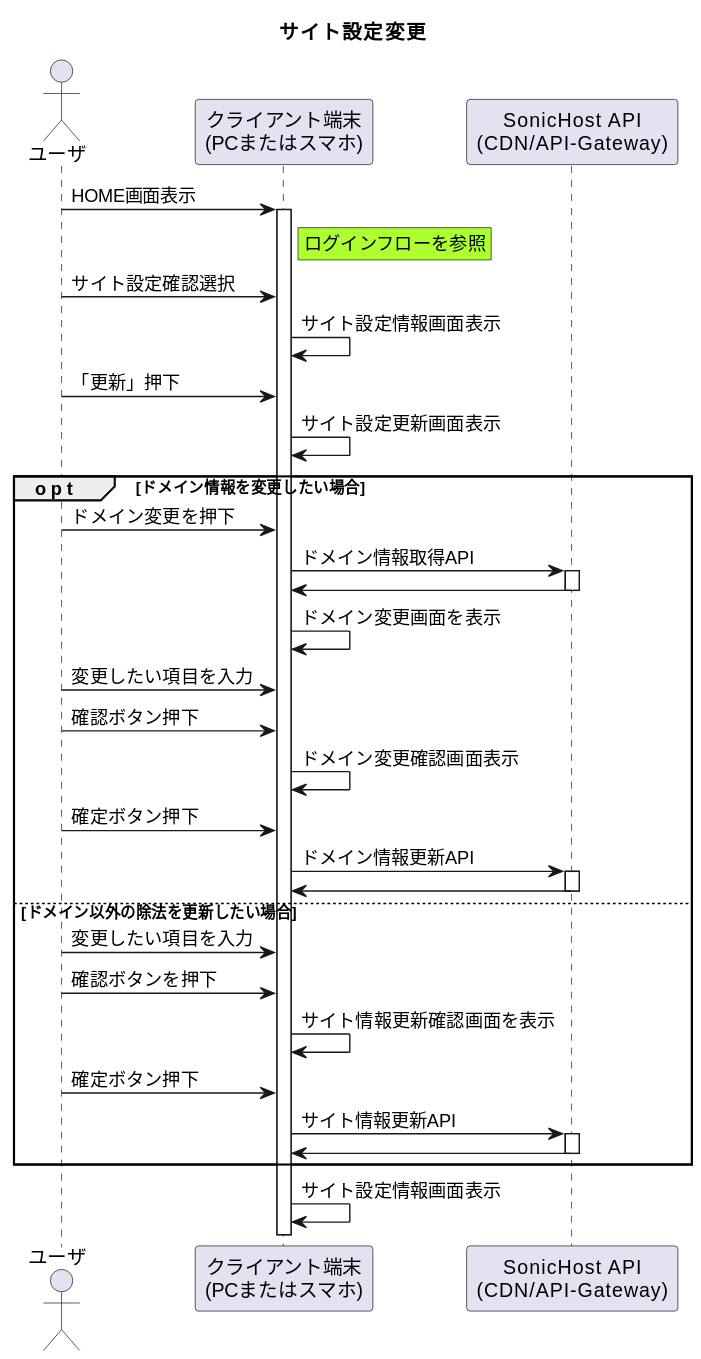
Before: 01_Sequences/03_SiteRegistration/02_changeSiteSetting/changeSiteSettingFlow.svg, a diagram exported from PlantUML (Sonic-Host/documents).
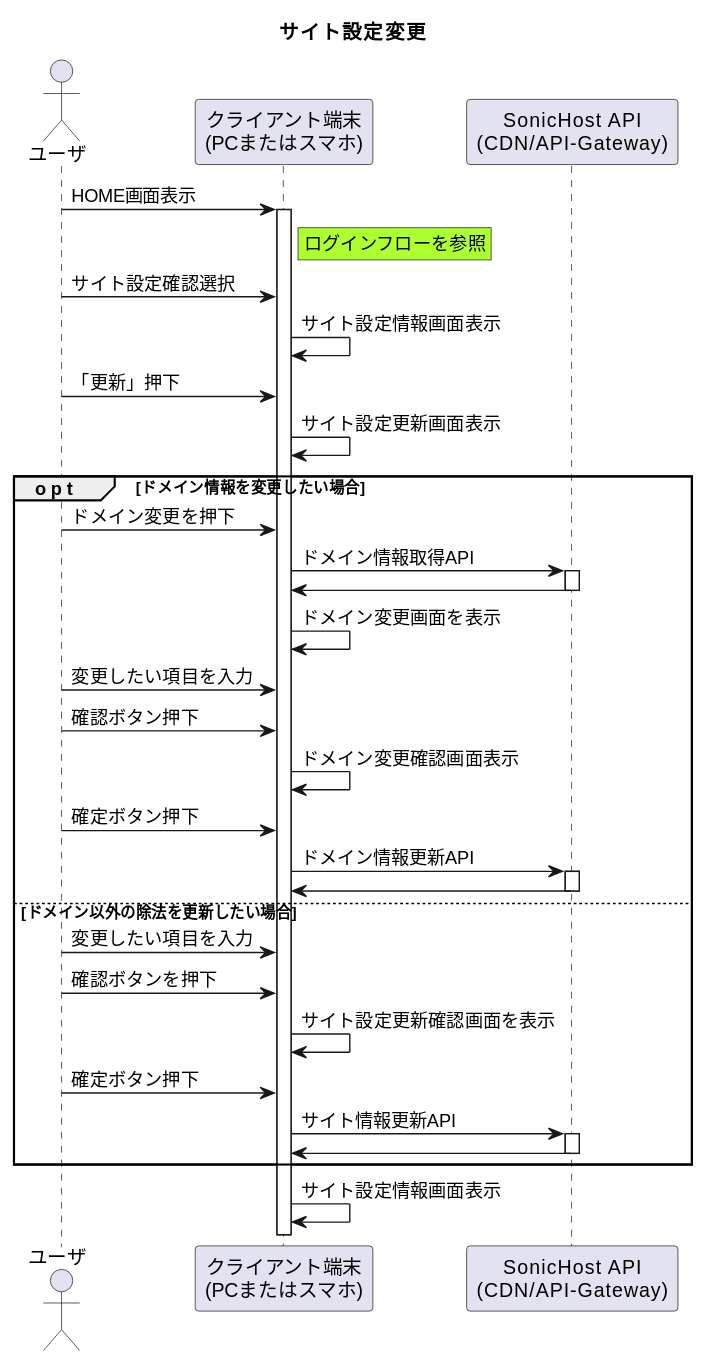
After the commit.

Diff of the diagram source:
```diff
@@ -28,7 +28,7 @@
 else ドメイン以外の除法を更新したい場合
     user -> device : 変更したい項目を入力
     user -> device : 確認ボタンを押下
-    device -> device : サイト情報更新確認画面を表示
+    device -> device : サイト設定更新確認画面を表示
     user -> device : 確定ボタン押下
     device -> api ++ : サイト情報更新API
     device <- api --
```
